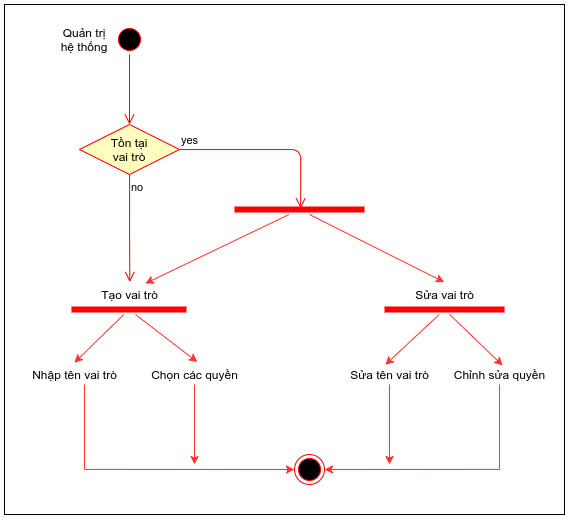
Above: img/UML/Admin/addRole.png in namgold/LVTN_REPORT (draw.io), before the change. Source tidied: cells renumbered, new cells last; positions are measured from the earlier drawing's top-left corner, leaving out a move shared by most shapes. Its diagram source:
```xml
<mxGraphModel>
  <root>
    <mxCell id="0" />
    <mxCell id="1" parent="0" />
    <mxCell id="2" style="ellipse;html=1;shape=startState;fillColor=#000000;strokeColor=#ff0000;" parent="1" vertex="1">
      <mxGeometry x="110" y="20" width="30" height="30" as="geometry" />
    </mxCell>
    <mxCell id="3" style="edgeStyle=orthogonalEdgeStyle;html=1;verticalAlign=bottom;endArrow=open;endSize=8;strokeColor=#ff0000;" parent="1" edge="1" source="2">
      <mxGeometry relative="1" as="geometry">
        <mxPoint x="125" y="120" as="targetPoint" />
      </mxGeometry>
    </mxCell>
    <mxCell id="4" value="Quản trị&lt;br&gt;hệ thống" style="text;html=1;strokeColor=none;fillColor=none;align=center;verticalAlign=middle;whiteSpace=wrap;rounded=0;" parent="1" vertex="1">
      <mxGeometry x="30" y="25" width="100" height="20" as="geometry" />
    </mxCell>
    <mxCell id="5" value="Tồn tại&lt;br&gt;vai trò" style="rhombus;whiteSpace=wrap;html=1;fillColor=#ffffc0;strokeColor=#ff0000;" parent="1" vertex="1">
      <mxGeometry x="75" y="120" width="100" height="50" as="geometry" />
    </mxCell>
    <mxCell id="6" value="yes" style="edgeStyle=orthogonalEdgeStyle;html=1;align=left;verticalAlign=bottom;endArrow=open;endSize=8;strokeColor=#ff0000;entryX=0.509;entryY=0.383;entryDx=0;entryDy=0;entryPerimeter=0;" parent="1" edge="1" source="5" target="10">
      <mxGeometry x="-1" relative="1" as="geometry" />
    </mxCell>
    <mxCell id="7" value="no" style="edgeStyle=orthogonalEdgeStyle;html=1;align=left;verticalAlign=top;endArrow=open;endSize=8;strokeColor=#ff0000;entryX=0.511;entryY=-0.124;entryDx=0;entryDy=0;entryPerimeter=0;" parent="1" edge="1" source="5" target="18">
      <mxGeometry x="-1" relative="1" as="geometry" />
    </mxCell>
    <mxCell id="8" style="edgeStyle=none;rounded=0;jettySize=auto;html=1;entryX=0.733;entryY=-0.05;entryDx=0;entryDy=0;entryPerimeter=0;strokeColor=#FF3333;" parent="1" edge="1" source="10" target="18">
      <mxGeometry relative="1" as="geometry" />
    </mxCell>
    <mxCell id="9" style="edgeStyle=none;rounded=0;jettySize=auto;html=1;entryX=0.497;entryY=-0.119;entryDx=0;entryDy=0;entryPerimeter=0;strokeColor=#FF3333;" parent="1" edge="1" source="10" target="22">
      <mxGeometry relative="1" as="geometry" />
    </mxCell>
    <mxCell id="10" style="shape=line;html=1;strokeWidth=6;strokeColor=#ff0000;fillColor=none;" parent="1" vertex="1">
      <mxGeometry x="230" y="200" width="130" height="10" as="geometry" />
    </mxCell>
    <mxCell id="11" style="edgeStyle=none;rounded=0;jettySize=auto;html=1;entryX=0.529;entryY=-0.121;entryDx=0;entryDy=0;entryPerimeter=0;strokeColor=#FF3333;" parent="1" edge="1" source="13" target="17">
      <mxGeometry relative="1" as="geometry" />
    </mxCell>
    <mxCell id="12" style="edgeStyle=none;rounded=0;jettySize=auto;html=1;entryX=0.498;entryY=-0.086;entryDx=0;entryDy=0;entryPerimeter=0;strokeColor=#FF3333;" parent="1" edge="1" source="13" target="15">
      <mxGeometry relative="1" as="geometry" />
    </mxCell>
    <mxCell id="13" style="shape=line;html=1;strokeWidth=6;strokeColor=#ff0000;fillColor=none;" parent="1" vertex="1">
      <mxGeometry x="67" y="300" width="115" height="10" as="geometry" />
    </mxCell>
    <mxCell id="14" style="edgeStyle=orthogonalEdgeStyle;rounded=0;jettySize=auto;html=1;entryX=0;entryY=0.5;entryDx=0;entryDy=0;strokeColor=#FF3333;" parent="1" edge="1" source="15" target="27">
      <mxGeometry relative="1" as="geometry">
        <Array as="points">
          <mxPoint x="80" y="465" />
        </Array>
      </mxGeometry>
    </mxCell>
    <mxCell id="15" value="Nhập tên vai trò" style="text;html=1;align=center;verticalAlign=middle;points=[];" parent="1" vertex="1">
      <mxGeometry x="20" y="360" width="100" height="20" as="geometry" />
    </mxCell>
    <mxCell id="16" style="edgeStyle=orthogonalEdgeStyle;rounded=0;jettySize=auto;html=1;strokeColor=#FF3333;" parent="1" edge="1" source="17">
      <mxGeometry relative="1" as="geometry">
        <mxPoint x="190" y="460" as="targetPoint" />
      </mxGeometry>
    </mxCell>
    <mxCell id="17" value="Chọn các quyền" style="text;html=1;align=center;verticalAlign=middle;points=[];" parent="1" vertex="1">
      <mxGeometry x="140" y="360" width="100" height="20" as="geometry" />
    </mxCell>
    <mxCell id="18" value="Tạo vai trò" style="text;html=1;align=center;verticalAlign=middle;points=[];" parent="1" vertex="1">
      <mxGeometry x="89.5" y="280" width="70" height="20" as="geometry" />
    </mxCell>
    <mxCell id="19" style="edgeStyle=none;rounded=0;jettySize=auto;html=1;entryX=0.453;entryY=0.017;entryDx=0;entryDy=0;entryPerimeter=0;strokeColor=#FF3333;" parent="1" edge="1" source="21" target="24">
      <mxGeometry relative="1" as="geometry" />
    </mxCell>
    <mxCell id="20" style="edgeStyle=none;rounded=0;jettySize=auto;html=1;entryX=0.529;entryY=0.052;entryDx=0;entryDy=0;entryPerimeter=0;strokeColor=#FF3333;" parent="1" edge="1" source="21" target="26">
      <mxGeometry relative="1" as="geometry" />
    </mxCell>
    <mxCell id="21" style="shape=line;html=1;strokeWidth=6;strokeColor=#ff0000;fillColor=none;" parent="1" vertex="1">
      <mxGeometry x="380" y="300" width="120" height="10" as="geometry" />
    </mxCell>
    <mxCell id="22" value="Sửa vai trò" style="text;html=1;align=center;verticalAlign=middle;points=[];" parent="1" vertex="1">
      <mxGeometry x="405" y="280" width="70" height="20" as="geometry" />
    </mxCell>
    <mxCell id="23" style="edgeStyle=orthogonalEdgeStyle;rounded=0;jettySize=auto;html=1;strokeColor=#FF3333;" parent="1" edge="1" source="24">
      <mxGeometry relative="1" as="geometry">
        <mxPoint x="385" y="460" as="targetPoint" />
      </mxGeometry>
    </mxCell>
    <mxCell id="24" value="Sửa tên vai trò" style="text;html=1;align=center;verticalAlign=middle;points=[];" parent="1" vertex="1">
      <mxGeometry x="340" y="360" width="90" height="20" as="geometry" />
    </mxCell>
    <mxCell id="25" style="edgeStyle=orthogonalEdgeStyle;rounded=0;jettySize=auto;html=1;entryX=1;entryY=0.5;entryDx=0;entryDy=0;strokeColor=#FF3333;" parent="1" edge="1" source="26" target="27">
      <mxGeometry relative="1" as="geometry">
        <Array as="points">
          <mxPoint x="495" y="465" />
        </Array>
      </mxGeometry>
    </mxCell>
    <mxCell id="26" value="Chỉnh sửa quyền" style="text;html=1;align=center;verticalAlign=middle;points=[];" parent="1" vertex="1">
      <mxGeometry x="440" y="360" width="110" height="20" as="geometry" />
    </mxCell>
    <mxCell id="27" style="ellipse;html=1;shape=endState;fillColor=#000000;strokeColor=#ff0000;" parent="1" vertex="1">
      <mxGeometry x="290" y="450" width="30" height="30" as="geometry" />
    </mxCell>
    <mxCell id="28" style="rounded=0;whiteSpace=wrap;html=1;fillColor=none;" parent="1" vertex="1">
      <mxGeometry width="560" height="510" as="geometry" />
    </mxCell>
  </root>
</mxGraphModel>
```
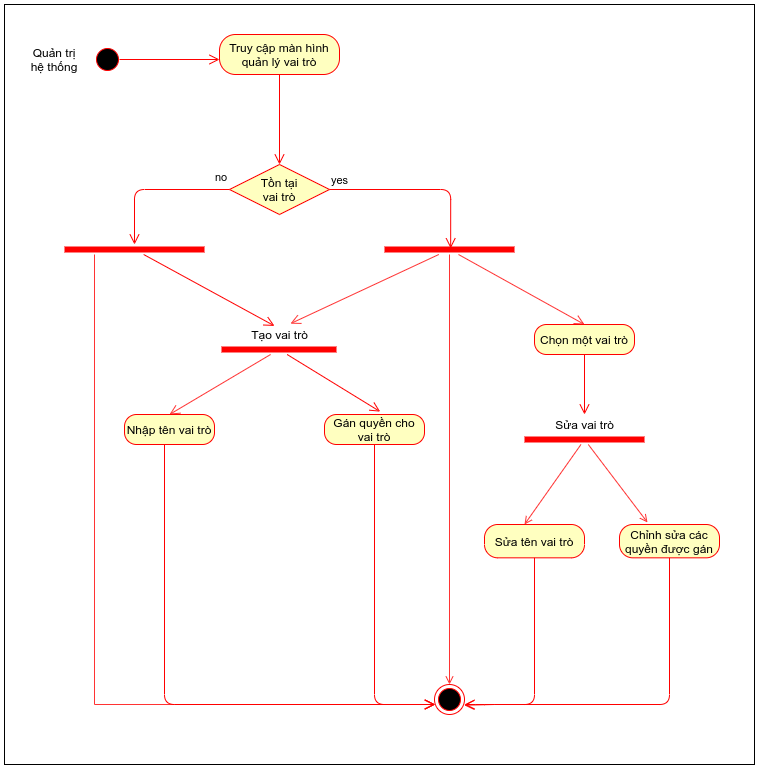
Above is the later version.

What changed in the source:
```diff
@@ -3,15 +3,16 @@
     <mxCell id="0" />
     <mxCell id="1" parent="0" />
     <mxCell id="2" style="ellipse;html=1;shape=startState;fillColor=#000000;strokeColor=#ff0000;" parent="1" vertex="1">
-      <mxGeometry x="110" y="20" width="30" height="30" as="geometry" />
+      <mxGeometry x="-62" width="30" height="30" as="geometry" />
     </mxCell>
-    <mxCell id="3" style="edgeStyle=orthogonalEdgeStyle;html=1;verticalAlign=bottom;endArrow=open;endSize=8;strokeColor=#ff0000;" parent="1" edge="1" source="2">
+    <mxCell id="3" style="edgeStyle=orthogonalEdgeStyle;html=1;verticalAlign=bottom;endArrow=open;endSize=8;strokeColor=#ff0000;" parent="1" edge="1">
       <mxGeometry relative="1" as="geometry">
-        <mxPoint x="125" y="120" as="targetPoint" />
+        <mxPoint x="-35" y="15" as="sourcePoint" />
+        <mxPoint x="65" y="15" as="targetPoint" />
       </mxGeometry>
     </mxCell>
     <mxCell id="4" value="Quản trị&lt;br&gt;hệ thống" style="text;html=1;strokeColor=none;fillColor=none;align=center;verticalAlign=middle;whiteSpace=wrap;rounded=0;" parent="1" vertex="1">
-      <mxGeometry x="30" y="25" width="100" height="20" as="geometry" />
+      <mxGeometry x="-150" y="5" width="100" height="20" as="geometry" />
     </mxCell>
     <mxCell id="5" value="Tồn tại&lt;br&gt;vai trò" style="rhombus;whiteSpace=wrap;html=1;fillColor=#ffffc0;strokeColor=#ff0000;" parent="1" vertex="1">
       <mxGeometry x="75" y="120" width="100" height="50" as="geometry" />
@@ -19,83 +20,129 @@
     <mxCell id="6" value="yes" style="edgeStyle=orthogonalEdgeStyle;html=1;align=left;verticalAlign=bottom;endArrow=open;endSize=8;strokeColor=#ff0000;entryX=0.509;entryY=0.383;entryDx=0;entryDy=0;entryPerimeter=0;" parent="1" edge="1" source="5" target="10">
       <mxGeometry x="-1" relative="1" as="geometry" />
     </mxCell>
-    <mxCell id="7" value="no" style="edgeStyle=orthogonalEdgeStyle;html=1;align=left;verticalAlign=top;endArrow=open;endSize=8;strokeColor=#ff0000;entryX=0.511;entryY=-0.124;entryDx=0;entryDy=0;entryPerimeter=0;" parent="1" edge="1" source="5" target="18">
-      <mxGeometry x="-1" relative="1" as="geometry" />
+    <mxCell id="7" value="no" style="edgeStyle=orthogonalEdgeStyle;html=1;align=left;verticalAlign=top;endArrow=open;endSize=8;strokeColor=#ff0000;" parent="1" edge="1" source="5" target="38">
+      <mxGeometry x="-0.78" y="-25" relative="1" as="geometry">
+        <Array as="points">
+          <mxPoint x="-20" y="145" />
+        </Array>
+      </mxGeometry>
     </mxCell>
-    <mxCell id="8" style="edgeStyle=none;rounded=0;jettySize=auto;html=1;entryX=0.733;entryY=-0.05;entryDx=0;entryDy=0;entryPerimeter=0;strokeColor=#FF3333;" parent="1" edge="1" source="10" target="18">
-      <mxGeometry relative="1" as="geometry" />
-    </mxCell>
-    <mxCell id="9" style="edgeStyle=none;rounded=0;jettySize=auto;html=1;entryX=0.497;entryY=-0.119;entryDx=0;entryDy=0;entryPerimeter=0;strokeColor=#FF3333;" parent="1" edge="1" source="10" target="22">
-      <mxGeometry relative="1" as="geometry" />
-    </mxCell>
+    <mxCell id="29" style="edgeStyle=none;rounded=0;jettySize=auto;html=1;entryX=0.5;entryY=0;entryDx=0;entryDy=0;strokeColor=#FF3333;endArrow=open;endFill=0;" parent="1" edge="1" source="10" target="27">
+      <mxGeometry relative="1" as="geometry" />
+    </mxCell>
+    <mxCell id="30" style="edgeStyle=none;rounded=0;jettySize=auto;html=1;entryX=0.5;entryY=0;entryDx=0;entryDy=0;endArrow=open;endFill=0;endSize=8;strokeColor=#FF3333;" parent="1" edge="1" source="10" target="35">
+      <mxGeometry relative="1" as="geometry" />
+    </mxCell>
     <mxCell id="10" style="shape=line;html=1;strokeWidth=6;strokeColor=#ff0000;fillColor=none;" parent="1" vertex="1">
       <mxGeometry x="230" y="200" width="130" height="10" as="geometry" />
     </mxCell>
-    <mxCell id="11" style="edgeStyle=none;rounded=0;jettySize=auto;html=1;entryX=0.529;entryY=-0.121;entryDx=0;entryDy=0;entryPerimeter=0;strokeColor=#FF3333;" parent="1" edge="1" source="13" target="17">
-      <mxGeometry relative="1" as="geometry" />
-    </mxCell>
-    <mxCell id="12" style="edgeStyle=none;rounded=0;jettySize=auto;html=1;entryX=0.498;entryY=-0.086;entryDx=0;entryDy=0;entryPerimeter=0;strokeColor=#FF3333;" parent="1" edge="1" source="13" target="15">
-      <mxGeometry relative="1" as="geometry" />
-    </mxCell>
     <mxCell id="13" style="shape=line;html=1;strokeWidth=6;strokeColor=#ff0000;fillColor=none;" parent="1" vertex="1">
       <mxGeometry x="67" y="300" width="115" height="10" as="geometry" />
     </mxCell>
-    <mxCell id="14" style="edgeStyle=orthogonalEdgeStyle;rounded=0;jettySize=auto;html=1;entryX=0;entryY=0.5;entryDx=0;entryDy=0;strokeColor=#FF3333;" parent="1" edge="1" source="15" target="27">
-      <mxGeometry relative="1" as="geometry">
-        <Array as="points">
-          <mxPoint x="80" y="465" />
-        </Array>
-      </mxGeometry>
-    </mxCell>
-    <mxCell id="15" value="Nhập tên vai trò" style="text;html=1;align=center;verticalAlign=middle;points=[];" parent="1" vertex="1">
-      <mxGeometry x="20" y="360" width="100" height="20" as="geometry" />
-    </mxCell>
-    <mxCell id="16" style="edgeStyle=orthogonalEdgeStyle;rounded=0;jettySize=auto;html=1;strokeColor=#FF3333;" parent="1" edge="1" source="17">
-      <mxGeometry relative="1" as="geometry">
-        <mxPoint x="190" y="460" as="targetPoint" />
-      </mxGeometry>
-    </mxCell>
-    <mxCell id="17" value="Chọn các quyền" style="text;html=1;align=center;verticalAlign=middle;points=[];" parent="1" vertex="1">
-      <mxGeometry x="140" y="360" width="100" height="20" as="geometry" />
-    </mxCell>
     <mxCell id="18" value="Tạo vai trò" style="text;html=1;align=center;verticalAlign=middle;points=[];" parent="1" vertex="1">
       <mxGeometry x="89.5" y="280" width="70" height="20" as="geometry" />
     </mxCell>
-    <mxCell id="19" style="edgeStyle=none;rounded=0;jettySize=auto;html=1;entryX=0.453;entryY=0.017;entryDx=0;entryDy=0;entryPerimeter=0;strokeColor=#FF3333;" parent="1" edge="1" source="21" target="24">
-      <mxGeometry relative="1" as="geometry" />
-    </mxCell>
-    <mxCell id="20" style="edgeStyle=none;rounded=0;jettySize=auto;html=1;entryX=0.529;entryY=0.052;entryDx=0;entryDy=0;entryPerimeter=0;strokeColor=#FF3333;" parent="1" edge="1" source="21" target="26">
-      <mxGeometry relative="1" as="geometry" />
-    </mxCell>
+    <mxCell id="31" style="rounded=0;jettySize=auto;html=1;entryX=0.5;entryY=0;entryDx=0;entryDy=0;entryPerimeter=0;strokeColor=#FF3333;endArrow=open;endFill=0;" parent="1" edge="1" source="21">
+      <mxGeometry relative="1" as="geometry">
+        <mxPoint x="370" y="480" as="targetPoint" />
+      </mxGeometry>
+    </mxCell>
+    <mxCell id="32" style="edgeStyle=none;rounded=0;jettySize=auto;html=1;entryX=0.482;entryY=-0.1;entryDx=0;entryDy=0;entryPerimeter=0;strokeColor=#FF3333;endArrow=open;endFill=0;" parent="1" edge="1" source="21">
+      <mxGeometry relative="1" as="geometry">
+        <mxPoint x="493" y="478" as="targetPoint" />
+      </mxGeometry>
+    </mxCell>
     <mxCell id="21" style="shape=line;html=1;strokeWidth=6;strokeColor=#ff0000;fillColor=none;" parent="1" vertex="1">
-      <mxGeometry x="380" y="300" width="120" height="10" as="geometry" />
+      <mxGeometry x="370" y="390" width="120" height="10" as="geometry" />
     </mxCell>
     <mxCell id="22" value="Sửa vai trò" style="text;html=1;align=center;verticalAlign=middle;points=[];" parent="1" vertex="1">
-      <mxGeometry x="405" y="280" width="70" height="20" as="geometry" />
+      <mxGeometry x="395" y="370" width="70" height="20" as="geometry" />
     </mxCell>
-    <mxCell id="23" style="edgeStyle=orthogonalEdgeStyle;rounded=0;jettySize=auto;html=1;strokeColor=#FF3333;" parent="1" edge="1" source="24">
-      <mxGeometry relative="1" as="geometry">
-        <mxPoint x="385" y="460" as="targetPoint" />
-      </mxGeometry>
-    </mxCell>
+    <mxCell id="27" style="ellipse;html=1;shape=endState;fillColor=#000000;strokeColor=#ff0000;" parent="1" vertex="1">
+      <mxGeometry x="280" y="640" width="30" height="30" as="geometry" />
+    </mxCell>
+    <mxCell id="33" value="Truy cập màn hình&lt;br&gt;quản lý vai trò" style="rounded=1;whiteSpace=wrap;html=1;arcSize=40;fontColor=#000000;fillColor=#ffffc0;strokeColor=#ff0000;" parent="1" vertex="1">
+      <mxGeometry x="65" y="-10" width="120" height="40" as="geometry" />
+    </mxCell>
+    <mxCell id="34" style="edgeStyle=orthogonalEdgeStyle;html=1;verticalAlign=bottom;endArrow=open;endSize=8;strokeColor=#ff0000;entryX=0.5;entryY=0;entryDx=0;entryDy=0;" parent="1" edge="1" source="33" target="5">
+      <mxGeometry relative="1" as="geometry" />
+    </mxCell>
+    <mxCell id="35" value="Chọn một vai trò" style="rounded=1;whiteSpace=wrap;html=1;arcSize=40;fontColor=#000000;fillColor=#ffffc0;strokeColor=#ff0000;" parent="1" vertex="1">
+      <mxGeometry x="380" y="280" width="100" height="30" as="geometry" />
+    </mxCell>
+    <mxCell id="36" style="edgeStyle=orthogonalEdgeStyle;html=1;verticalAlign=bottom;endArrow=open;endSize=8;strokeColor=#ff0000;" parent="1" edge="1" source="35">
+      <mxGeometry relative="1" as="geometry">
+        <mxPoint x="430" y="370" as="targetPoint" />
+      </mxGeometry>
+    </mxCell>
+    <mxCell id="37" style="edgeStyle=orthogonalEdgeStyle;rounded=0;jettySize=auto;html=1;endArrow=open;endFill=0;endSize=8;strokeColor=#FF3333;" parent="1" edge="1" source="38">
+      <mxGeometry relative="1" as="geometry">
+        <mxPoint x="280" y="660" as="targetPoint" />
+        <Array as="points">
+          <mxPoint x="-60" y="660" />
+        </Array>
+      </mxGeometry>
+    </mxCell>
+    <mxCell id="38" style="shape=line;html=1;strokeWidth=6;strokeColor=#ff0000;" parent="1" vertex="1">
+      <mxGeometry x="-90" y="200" width="140" height="10" as="geometry" />
+    </mxCell>
+    <mxCell id="39" style="html=1;verticalAlign=bottom;endArrow=open;endSize=8;strokeColor=#ff0000;entryX=0.436;entryY=0.071;entryDx=0;entryDy=0;entryPerimeter=0;" parent="1" edge="1" source="38" target="18">
+      <mxGeometry relative="1" as="geometry" />
+    </mxCell>
+    <mxCell id="8" style="endArrow=open;endFill=1;endSize=8;html=1;strokeColor=#FF3333;entryX=0.664;entryY=-0.043;entryDx=0;entryDy=0;entryPerimeter=0;" parent="1" edge="1" source="10" target="18">
+      <mxGeometry relative="1" as="geometry" />
+    </mxCell>
+    <mxCell id="12" style="endArrow=open;endFill=1;endSize=8;html=1;strokeColor=#FF3333;entryX=0.5;entryY=0;entryDx=0;entryDy=0;" parent="1" edge="1" source="13" target="15">
+      <mxGeometry relative="1" as="geometry" />
+    </mxCell>
+    <mxCell id="40" style="html=1;verticalAlign=bottom;endArrow=open;endSize=8;strokeColor=#ff0000;entryX=0.557;entryY=-0.095;entryDx=0;entryDy=0;entryPerimeter=0;" parent="1" edge="1" source="13" target="41">
+      <mxGeometry relative="1" as="geometry" />
+    </mxCell>
+    <mxCell id="15" value="Nhập tên vai trò" style="rounded=1;whiteSpace=wrap;html=1;arcSize=40;fontColor=#000000;fillColor=#ffffc0;strokeColor=#ff0000;" parent="1" vertex="1">
+      <mxGeometry x="-30" y="370" width="90" height="30" as="geometry" />
+    </mxCell>
+    <mxCell id="14" style="edgeStyle=orthogonalEdgeStyle;html=1;verticalAlign=bottom;endArrow=open;endSize=8;strokeColor=#ff0000;" parent="1" edge="1" source="15" target="27">
+      <mxGeometry relative="1" as="geometry">
+        <Array as="points">
+          <mxPoint x="10" y="660" />
+        </Array>
+      </mxGeometry>
+    </mxCell>
+    <mxCell id="41" value="Gán quyền cho vai trò" style="rounded=1;whiteSpace=wrap;html=1;arcSize=40;fontColor=#000000;fillColor=#ffffc0;strokeColor=#ff0000;" parent="1" vertex="1">
+      <mxGeometry x="170" y="370" width="100" height="30" as="geometry" />
+    </mxCell>
+    <mxCell id="42" style="edgeStyle=orthogonalEdgeStyle;html=1;verticalAlign=bottom;endArrow=open;endSize=8;strokeColor=#ff0000;" parent="1" edge="1" source="41" target="27">
+      <mxGeometry relative="1" as="geometry">
+        <Array as="points">
+          <mxPoint x="220" y="660" />
+        </Array>
+      </mxGeometry>
+    </mxCell>
-    <mxCell id="24" value="Sửa tên vai trò" style="text;html=1;align=center;verticalAlign=middle;points=[];" parent="1" vertex="1">
-      <mxGeometry x="340" y="360" width="90" height="20" as="geometry" />
+    <mxCell id="24" value="Sửa tên vai trò" style="rounded=1;whiteSpace=wrap;html=1;arcSize=40;fontColor=#000000;fillColor=#ffffc0;strokeColor=#ff0000;" parent="1" vertex="1">
+      <mxGeometry x="330" y="480" width="100" height="33.3" as="geometry" />
     </mxCell>
-    <mxCell id="25" style="edgeStyle=orthogonalEdgeStyle;rounded=0;jettySize=auto;html=1;entryX=1;entryY=0.5;entryDx=0;entryDy=0;strokeColor=#FF3333;" parent="1" edge="1" source="26" target="27">
-      <mxGeometry relative="1" as="geometry">
-        <Array as="points">
-          <mxPoint x="495" y="465" />
-        </Array>
-      </mxGeometry>
-    </mxCell>
-    <mxCell id="26" value="Chỉnh sửa quyền" style="text;html=1;align=center;verticalAlign=middle;points=[];" parent="1" vertex="1">
-      <mxGeometry x="440" y="360" width="110" height="20" as="geometry" />
-    </mxCell>
-    <mxCell id="27" style="ellipse;html=1;shape=endState;fillColor=#000000;strokeColor=#ff0000;" parent="1" vertex="1">
-      <mxGeometry x="290" y="450" width="30" height="30" as="geometry" />
-    </mxCell>
-    <mxCell id="28" style="rounded=0;whiteSpace=wrap;html=1;fillColor=none;" parent="1" vertex="1">
-      <mxGeometry width="560" height="510" as="geometry" />
-    </mxCell>
+    <mxCell id="43" style="edgeStyle=orthogonalEdgeStyle;html=1;verticalAlign=bottom;endArrow=open;endSize=8;strokeColor=#ff0000;" parent="1" edge="1" source="24">
+      <mxGeometry relative="1" as="geometry">
+        <mxPoint x="310" y="660" as="targetPoint" />
+        <Array as="points">
+          <mxPoint x="380" y="660" />
+          <mxPoint x="330" y="660" />
+        </Array>
+      </mxGeometry>
+    </mxCell>
+    <mxCell id="44" value="Chỉnh sửa các quyền được gán" style="rounded=1;whiteSpace=wrap;html=1;arcSize=40;fontColor=#000000;fillColor=#ffffc0;strokeColor=#ff0000;" parent="1" vertex="1">
+      <mxGeometry x="465" y="480" width="100" height="33.3" as="geometry" />
+    </mxCell>
+    <mxCell id="45" style="edgeStyle=orthogonalEdgeStyle;html=1;verticalAlign=bottom;endArrow=open;endSize=8;strokeColor=#ff0000;entryX=0.989;entryY=0.689;entryDx=0;entryDy=0;entryPerimeter=0;" parent="1" edge="1" source="44" target="27">
+      <mxGeometry relative="1" as="geometry">
+        <Array as="points">
+          <mxPoint x="515" y="660" />
+          <mxPoint x="340" y="660" />
+        </Array>
+      </mxGeometry>
+    </mxCell>
+    <mxCell id="46" style="rounded=0;whiteSpace=wrap;html=1;fillColor=none;" parent="1" vertex="1">
+      <mxGeometry x="-150" y="-40" width="750" height="760" as="geometry" />
+    </mxCell>
   </root>
 </mxGraphModel>
```
